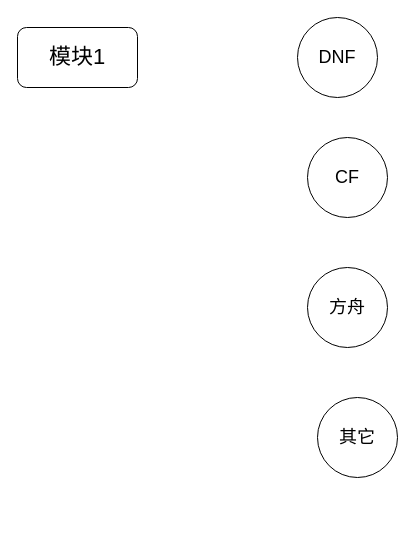
The draw.io diagram difference.drawio in skindhu/9GAG, before the edit. Source tidied: cells renumbered, new cells numbered last; positions are measured from the earlier drawing's top-left corner, leaving out a move shared by most shapes. Both pictures are drawn from the tidied source at 100%, with x=0, y=0 at pixel (17, 17).
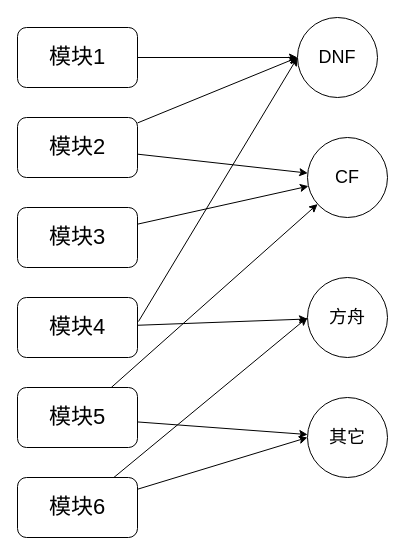
Above is the later version.

The change refers to these unchanged cells:
```xml
<mxCell id="2" value="&lt;font style=&quot;font-size: 22px;&quot;&gt;模块1&lt;/font&gt;" style="rounded=1;whiteSpace=wrap;html=1;" parent="1" vertex="1">
  <mxGeometry y="10" width="120" height="60" as="geometry" />
</mxCell>
<mxCell id="3" value="DNF" style="ellipse;whiteSpace=wrap;html=1;fontSize=18;" parent="1" vertex="1">
  <mxGeometry x="280" width="80" height="80" as="geometry" />
</mxCell>
<mxCell id="4" value="CF" style="ellipse;whiteSpace=wrap;html=1;fontSize=18;" parent="1" vertex="1">
  <mxGeometry x="290" y="120" width="80" height="80" as="geometry" />
</mxCell>
```

Change to the diagram source:
```diff
@@
+    <mxCell id="7" style="edgeStyle=orthogonalEdgeStyle;rounded=0;jettySize=auto;html=1;entryX=0;entryY=0.5;entryDx=0;entryDy=0;" parent="1" edge="1" source="2" target="3">
+      <mxGeometry relative="1" as="geometry" />
+    </mxCell>
@@
     <mxCell id="5" value="方舟" style="ellipse;whiteSpace=wrap;html=1;fontSize=18;" parent="1" vertex="1">
-      <mxGeometry x="290" y="250" width="80" height="80" as="geometry" />
+      <mxGeometry x="290" y="260" width="80" height="80" as="geometry" />
     </mxCell>
     <mxCell id="6" value="其它" style="ellipse;whiteSpace=wrap;html=1;fontSize=18;" parent="1" vertex="1">
-      <mxGeometry x="300" y="380" width="80" height="80" as="geometry" />
+      <mxGeometry x="290" y="380" width="80" height="80" as="geometry" />
     </mxCell>
+    <mxCell id="8" style="rounded=0;jettySize=auto;html=1;entryX=0;entryY=0.5;entryDx=0;entryDy=0;" parent="1" edge="1" source="10" target="3">
+      <mxGeometry relative="1" as="geometry" />
+    </mxCell>
+    <mxCell id="9" style="rounded=0;jettySize=auto;html=1;" parent="1" edge="1" source="10" target="4">
+      <mxGeometry relative="1" as="geometry" />
+    </mxCell>
+    <mxCell id="10" value="&lt;span style=&quot;font-size: 22px;&quot;&gt;模块2&lt;/span&gt;" style="rounded=1;whiteSpace=wrap;html=1;" parent="1" vertex="1">
+      <mxGeometry y="100" width="120" height="60" as="geometry" />
+    </mxCell>
+    <mxCell id="11" style="rounded=0;jettySize=auto;html=1;" parent="1" edge="1" source="12" target="4">
+      <mxGeometry relative="1" as="geometry" />
+    </mxCell>
+    <mxCell id="12" value="&lt;span style=&quot;font-size: 22px;&quot;&gt;模块3&lt;/span&gt;" style="rounded=1;whiteSpace=wrap;html=1;" parent="1" vertex="1">
+      <mxGeometry y="190" width="120" height="60" as="geometry" />
+    </mxCell>
+    <mxCell id="13" style="rounded=0;jettySize=auto;html=1;entryX=0;entryY=0.5;entryDx=0;entryDy=0;exitX=1.008;exitY=0.4;exitDx=0;exitDy=0;exitPerimeter=0;" parent="1" edge="1" source="15" target="3">
+      <mxGeometry relative="1" as="geometry" />
+    </mxCell>
+    <mxCell id="14" style="rounded=0;jettySize=auto;html=1;" parent="1" edge="1" source="15" target="5">
+      <mxGeometry relative="1" as="geometry" />
+    </mxCell>
+    <mxCell id="15" value="&lt;span style=&quot;font-size: 22px;&quot;&gt;模块4&lt;/span&gt;" style="rounded=1;whiteSpace=wrap;html=1;" parent="1" vertex="1">
+      <mxGeometry y="280" width="120" height="60" as="geometry" />
+    </mxCell>
+    <mxCell id="16" style="rounded=0;jettySize=auto;html=1;" parent="1" edge="1" source="18" target="4">
+      <mxGeometry relative="1" as="geometry" />
+    </mxCell>
+    <mxCell id="17" style="rounded=0;jettySize=auto;html=1;" parent="1" edge="1" source="18" target="6">
+      <mxGeometry relative="1" as="geometry" />
+    </mxCell>
+    <mxCell id="18" value="&lt;span style=&quot;font-size: 22px;&quot;&gt;模块5&lt;/span&gt;" style="rounded=1;whiteSpace=wrap;html=1;" parent="1" vertex="1">
+      <mxGeometry y="370" width="120" height="60" as="geometry" />
+    </mxCell>
+    <mxCell id="19" style="rounded=0;jettySize=auto;html=1;entryX=0;entryY=0.5;entryDx=0;entryDy=0;" parent="1" edge="1" source="21" target="6">
+      <mxGeometry relative="1" as="geometry" />
+    </mxCell>
+    <mxCell id="20" style="rounded=0;jettySize=auto;html=1;entryX=0;entryY=0.5;entryDx=0;entryDy=0;" parent="1" edge="1" source="21" target="5">
+      <mxGeometry relative="1" as="geometry" />
+    </mxCell>
+    <mxCell id="21" value="&lt;span style=&quot;font-size: 22px;&quot;&gt;模块6&lt;/span&gt;" style="rounded=1;whiteSpace=wrap;html=1;" parent="1" vertex="1">
+      <mxGeometry y="460" width="120" height="60" as="geometry" />
+    </mxCell>
```
